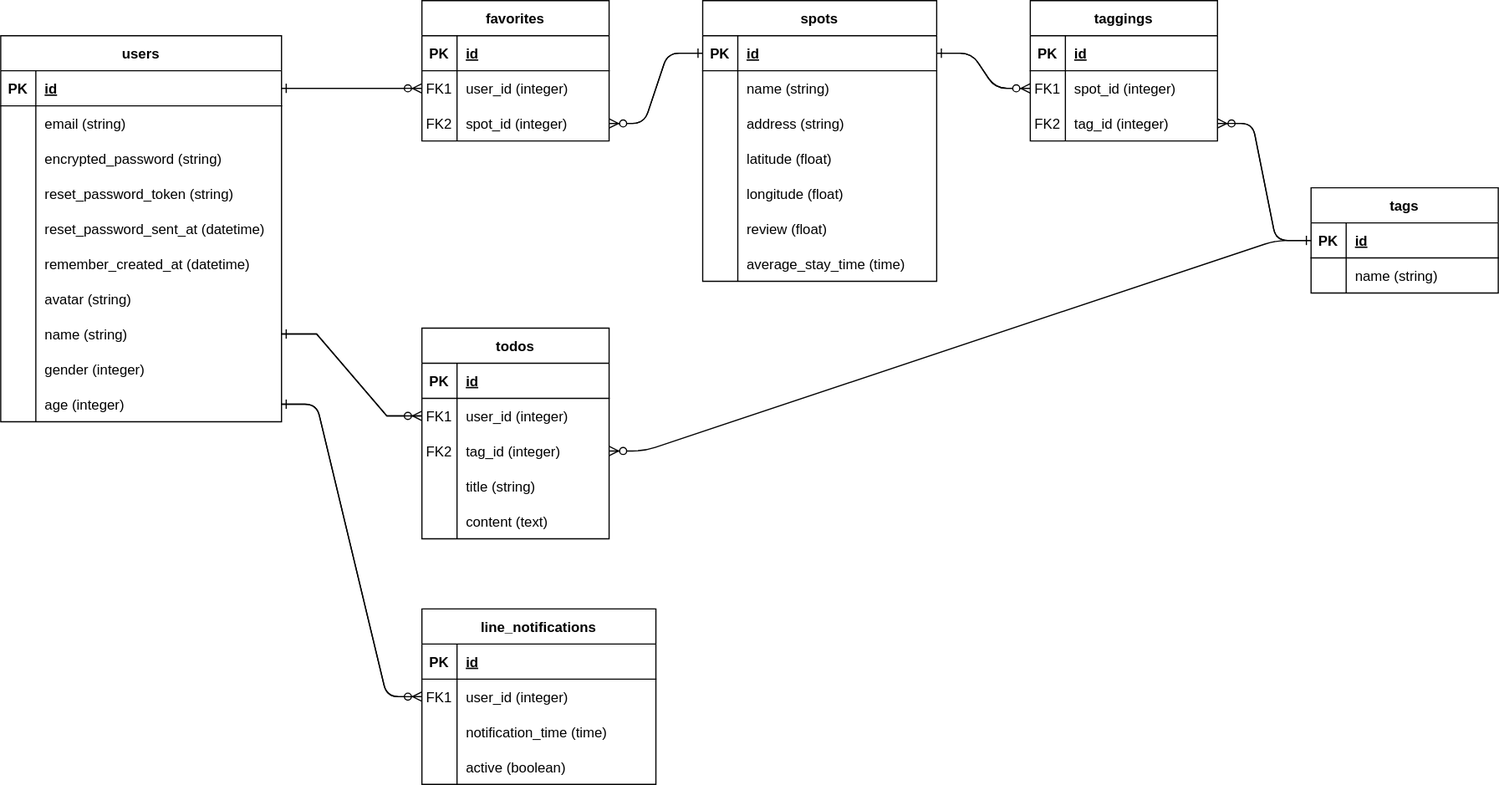
Above: ER_diagram.drawio.svg in yu70-m5d/free-time-navigator (draw.io), before the change. Source tidied: cells renumbered, new cells last; positions are measured from the earlier drawing's top-left corner, leaving out a move shared by most shapes.
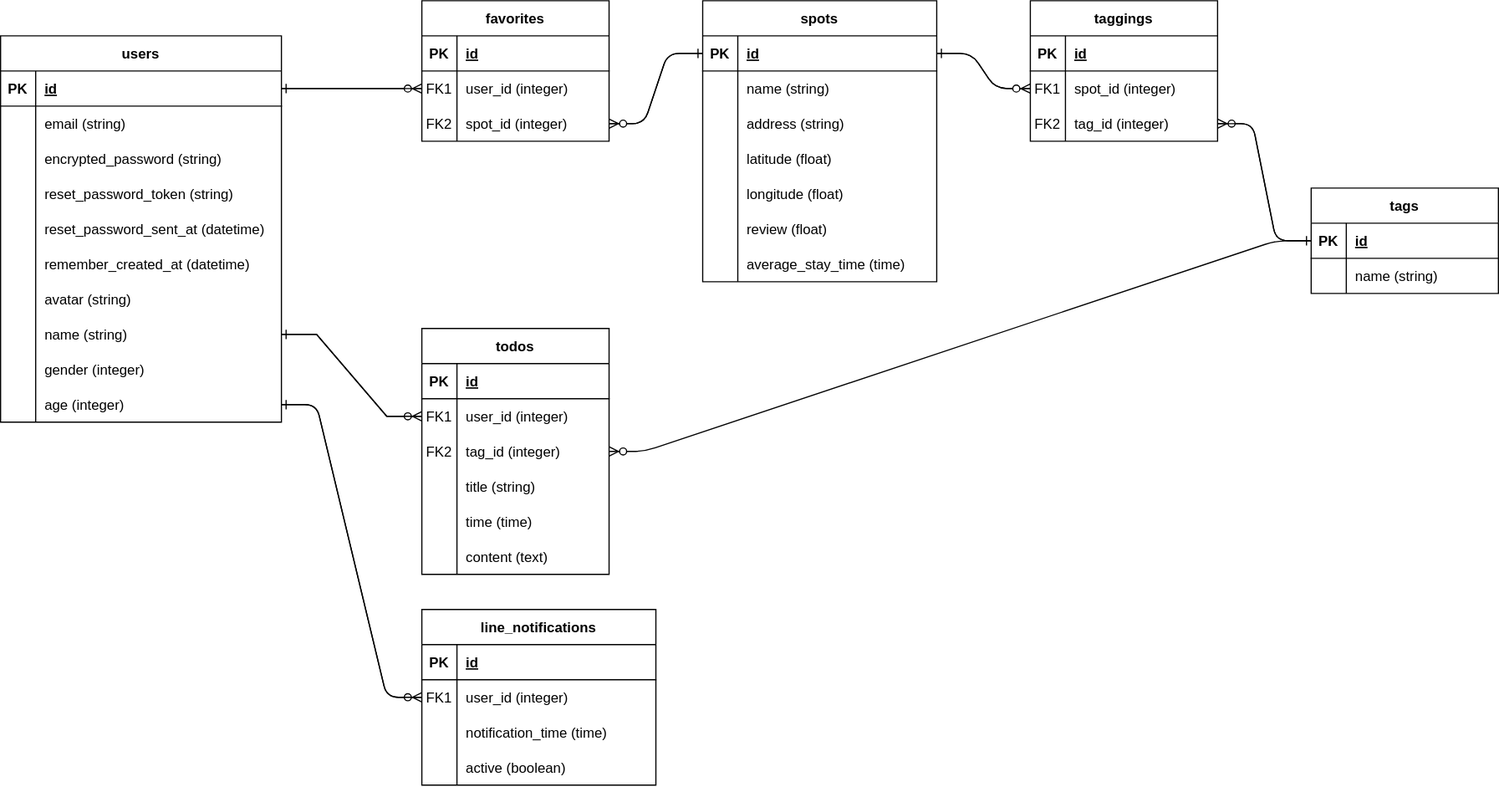
Later version of the same file.

Commit message:
修正4:ER図修正

What changed in the source:
```diff
@@ -213,7 +213,7 @@
       <mxGeometry x="30" width="130" height="30" as="geometry" />
     </mxCell>
     <mxCell id="72" value="todos" style="shape=table;startSize=30;rowLines=0;fontStyle=1;align=center;" parent="1" vertex="1">
-      <mxGeometry x="360" y="280" width="160" height="180" as="geometry" />
+      <mxGeometry x="360" y="280" width="160" height="210" as="geometry" />
     </mxCell>
     <mxCell id="73" style="shape=partialRectangle;fillColor=none;top=0;left=0;right=0;bottom=1;" parent="72" vertex="1">
       <mxGeometry y="30" width="160" height="30" as="geometry" />
@@ -251,8 +251,17 @@
     <mxCell id="84" value="title (string)" style="shape=partialRectangle;overflow=hidden;fillColor=none;top=0;left=0;bottom=0;right=0;align=left;spacingLeft=6;" parent="82" vertex="1">
       <mxGeometry x="30" width="130" height="30" as="geometry" />
     </mxCell>
+    <mxCell id="124" style="shape=partialRectangle;fillColor=none;top=0;left=0;right=0;bottom=0;" parent="72" vertex="1">
+      <mxGeometry y="150" width="160" height="30" as="geometry" />
+    </mxCell>
+    <mxCell id="125" style="shape=partialRectangle;overflow=hidden;fillColor=none;top=0;left=0;bottom=0;right=0;" parent="124" vertex="1">
+      <mxGeometry width="30" height="30" as="geometry" />
+    </mxCell>
+    <mxCell id="126" value="time (time)" style="shape=partialRectangle;overflow=hidden;fillColor=none;top=0;left=0;bottom=0;right=0;align=left;spacingLeft=6;" parent="124" vertex="1">
+      <mxGeometry x="30" width="130" height="30" as="geometry" />
+    </mxCell>
     <mxCell id="85" style="shape=partialRectangle;fillColor=none;top=0;left=0;right=0;bottom=0;" parent="72" vertex="1">
-      <mxGeometry y="150" width="160" height="30" as="geometry" />
+      <mxGeometry y="180" width="160" height="30" as="geometry" />
     </mxCell>
     <mxCell id="86" style="shape=partialRectangle;overflow=hidden;fillColor=none;top=0;left=0;bottom=0;right=0;" parent="85" vertex="1">
       <mxGeometry width="30" height="30" as="geometry" />
```
